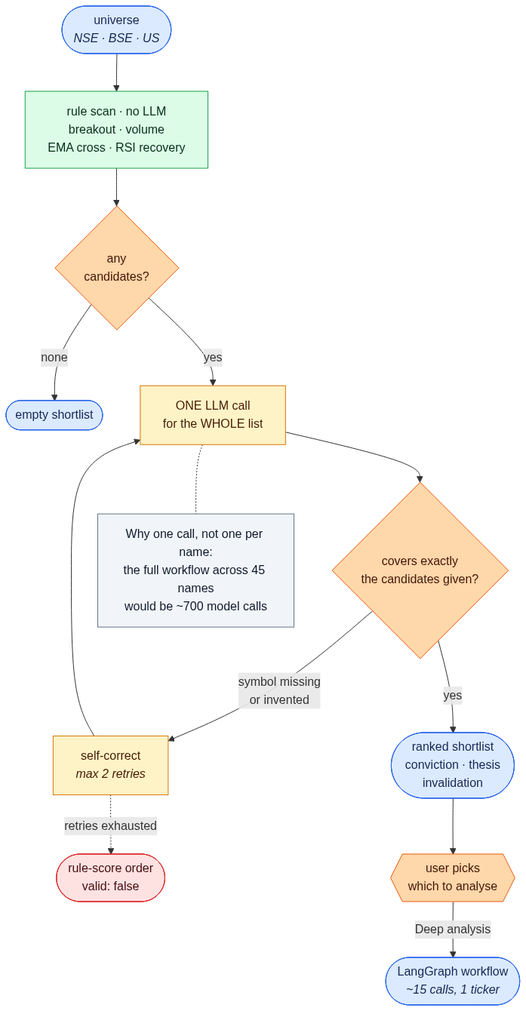
Before: docs/agent-scanner.png, a diagram exported from Mermaid (sumit-0804/AlphaForge-AI). Its source is kept beside it as docs/agent-scanner.mmd.
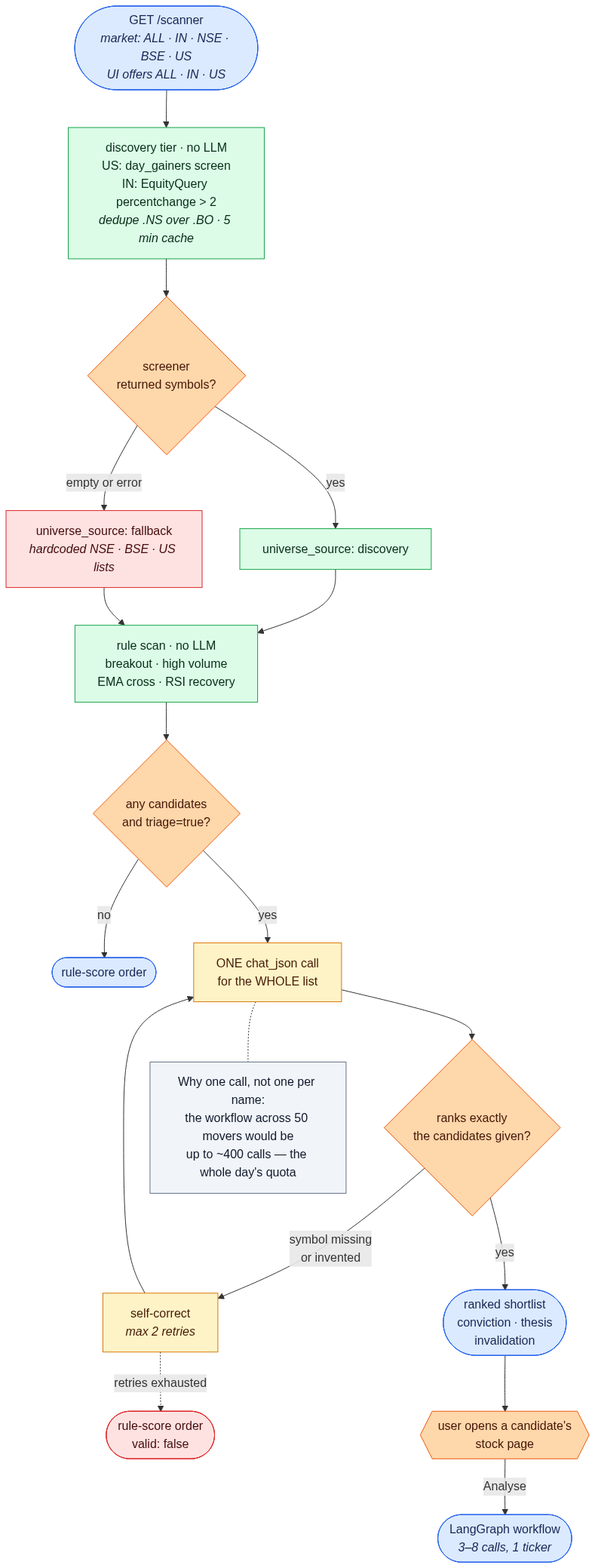
After the change.

Diff of the diagram source:
```diff
@@ -5,21 +5,27 @@
 ---
 graph TB
 
-    IN(["universe<br/><i>NSE · BSE · US</i>"]) --> RULES["rule scan · no LLM<br/>breakout · volume<br/>EMA cross · RSI recovery"]
-    RULES --> ANY{"any<br/>candidates?"}
-    ANY -->|"none"| EMPTY(["empty shortlist"])
-    ANY -->|"yes"| ONE["ONE LLM call<br/>for the WHOLE list"]
+    IN(["GET /scanner<br/><i>market: ALL · IN · NSE · BSE · US<br/>UI offers ALL · IN · US</i>"]) --> DISC["discovery tier · no LLM<br/>US: day_gainers screen<br/>IN: EquityQuery percentchange &gt; 2<br/><i>dedupe .NS over .BO · 5 min cache</i>"]
+    DISC --> GOT{"screener<br/>returned symbols?"}
+    GOT -->|"yes"| U1["universe_source: discovery"]
+    GOT -->|"empty or error"| U2["universe_source: fallback<br/><i>hardcoded NSE · BSE · US lists</i>"]
+    U1 --> RULES
+    U2 --> RULES["rule scan · no LLM<br/>breakout · high volume<br/>EMA cross · RSI recovery"]
 
-    ONE --> VAL{"covers exactly<br/>the candidates given?"}
+    RULES --> ANY{"any candidates<br/>and triage=true?"}
+    ANY -->|"no"| RAW(["rule-score order"])
+    ANY -->|"yes"| ONE["ONE chat_json call<br/>for the WHOLE list"]
+
+    ONE --> VAL{"ranks exactly<br/>the candidates given?"}
     VAL -->|"symbol missing<br/>or invented"| RETRY["self-correct<br/><i>max 2 retries</i>"]
     RETRY --> ONE
     VAL -->|"yes"| OUT(["ranked shortlist<br/>conviction · thesis<br/>invalidation"])
     RETRY -.->|"retries exhausted"| FB(["rule-score order<br/>valid: false"])
 
-    OUT --> PICK{{"user picks<br/>which to analyse"}}
-    PICK -->|"Deep analysis"| WF(["LangGraph workflow<br/><i>~15 calls, 1 ticker</i>"])
+    OUT --> PICK{{"user opens a candidate's<br/>stock page"}}
+    PICK -->|"Analyse"| WF(["LangGraph workflow<br/><i>3–8 calls, 1 ticker</i>"])
 
-    NOTE["Why one call, not one per name:<br/>the full workflow across 45 names<br/>would be ~700 model calls"]
+    NOTE["Why one call, not one per name:<br/>the workflow across 50 movers would be<br/>up to ~400 calls — the whole day's quota"]
     ONE -.- NOTE
 
     classDef io fill:#dbeafe,stroke:#2563eb,color:#172554
@@ -29,9 +35,9 @@
     classDef bad fill:#fee2e2,stroke:#dc2626,color:#450a0a
     classDef note fill:#f1f5f9,stroke:#64748b,color:#0f172a
 
-    class IN,OUT,WF,EMPTY io
-    class RULES good
+    class IN,OUT,WF,RAW io
+    class DISC,RULES,U1 good
     class ONE,RETRY step
-    class ANY,VAL,PICK dec
-    class FB bad
+    class GOT,ANY,VAL,PICK dec
+    class FB,U2 bad
     class NOTE note
```
